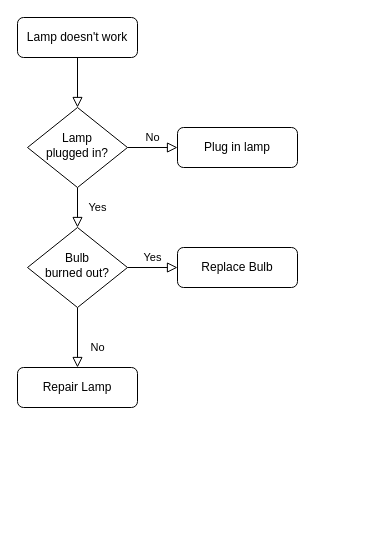
Earlier version of the draw.io diagram 未命名绘图.drawio (Launche/traffic-simulation). Source tidied: cells renumbered, new cells numbered last; positions are measured from the earlier drawing's top-left corner, leaving out a move shared by most shapes. Both pictures are drawn from the tidied source at 100%, with x=0, y=0 at pixel (17, 17).
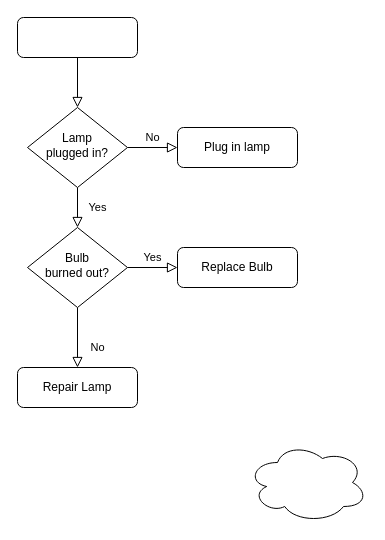
The same diagram, later.

Commit message:
中微观一体化流程.drawio

Change to the diagram source:
```diff
@@
 <mxGraphModel>
   <root>
     <mxCell id="0" />
     <mxCell id="1" parent="0" />
     <mxCell id="2" style="rounded=0;html=1;jettySize=auto;fontSize=11;endArrow=block;endFill=0;endSize=8;strokeWidth=1;shadow=0;labelBackgroundColor=none;edgeStyle=orthogonalEdgeStyle;" parent="1" edge="1" source="3" target="6">
       <mxGeometry relative="1" as="geometry" />
     </mxCell>
-    <mxCell id="3" value="Lamp doesn't work" style="rounded=1;whiteSpace=wrap;html=1;fontSize=12;glass=0;strokeWidth=1;shadow=0;" parent="1" vertex="1">
+    <mxCell id="3" style="rounded=1;whiteSpace=wrap;html=1;fontSize=12;glass=0;strokeWidth=1;shadow=0;" parent="1" vertex="1">
       <mxGeometry width="120" height="40" as="geometry" />
     </mxCell>
     <mxCell id="4" value="Yes" style="rounded=0;html=1;jettySize=auto;fontSize=11;endArrow=block;endFill=0;endSize=8;strokeWidth=1;shadow=0;labelBackgroundColor=none;edgeStyle=orthogonalEdgeStyle;" parent="1" edge="1" source="6" target="10">
       <mxGeometry y="20" relative="1" as="geometry" />
     </mxCell>
     <mxCell id="5" value="No" style="edgeStyle=orthogonalEdgeStyle;rounded=0;html=1;jettySize=auto;fontSize=11;endArrow=block;endFill=0;endSize=8;strokeWidth=1;shadow=0;labelBackgroundColor=none;" parent="1" edge="1" source="6" target="7">
       <mxGeometry y="10" relative="1" as="geometry" />
     </mxCell>
     <mxCell id="6" value="Lamp&lt;br&gt;plugged in?" style="rhombus;whiteSpace=wrap;html=1;shadow=0;fontFamily=Helvetica;fontSize=12;align=center;strokeWidth=1;spacing=6;spacingTop=-4;" parent="1" vertex="1">
       <mxGeometry x="10" y="90" width="100" height="80" as="geometry" />
     </mxCell>
     <mxCell id="7" value="Plug in lamp" style="rounded=1;whiteSpace=wrap;html=1;fontSize=12;glass=0;strokeWidth=1;shadow=0;" parent="1" vertex="1">
       <mxGeometry x="160" y="110" width="120" height="40" as="geometry" />
     </mxCell>
     <mxCell id="8" value="No" style="rounded=0;html=1;jettySize=auto;fontSize=11;endArrow=block;endFill=0;endSize=8;strokeWidth=1;shadow=0;labelBackgroundColor=none;edgeStyle=orthogonalEdgeStyle;" parent="1" edge="1" source="10" target="11">
       <mxGeometry x="0.33" y="20" relative="1" as="geometry" />
     </mxCell>
     <mxCell id="9" value="Yes" style="edgeStyle=orthogonalEdgeStyle;rounded=0;html=1;jettySize=auto;fontSize=11;endArrow=block;endFill=0;endSize=8;strokeWidth=1;shadow=0;labelBackgroundColor=none;" parent="1" edge="1" source="10" target="12">
       <mxGeometry y="10" relative="1" as="geometry" />
     </mxCell>
     <mxCell id="10" value="Bulb&lt;br&gt;burned out?" style="rhombus;whiteSpace=wrap;html=1;shadow=0;fontFamily=Helvetica;fontSize=12;align=center;strokeWidth=1;spacing=6;spacingTop=-4;" parent="1" vertex="1">
       <mxGeometry x="10" y="210" width="100" height="80" as="geometry" />
     </mxCell>
     <mxCell id="11" value="Repair Lamp" style="rounded=1;whiteSpace=wrap;html=1;fontSize=12;glass=0;strokeWidth=1;shadow=0;" parent="1" vertex="1">
       <mxGeometry y="350" width="120" height="40" as="geometry" />
     </mxCell>
     <mxCell id="12" value="Replace Bulb" style="rounded=1;whiteSpace=wrap;html=1;fontSize=12;glass=0;strokeWidth=1;shadow=0;" parent="1" vertex="1">
       <mxGeometry x="160" y="230" width="120" height="40" as="geometry" />
     </mxCell>
+    <mxCell id="13" style="ellipse;shape=cloud;whiteSpace=wrap;html=1;" parent="1" vertex="1">
+      <mxGeometry x="230" y="425" width="120" height="80" as="geometry" />
+    </mxCell>
   </root>
 </mxGraphModel>
```
